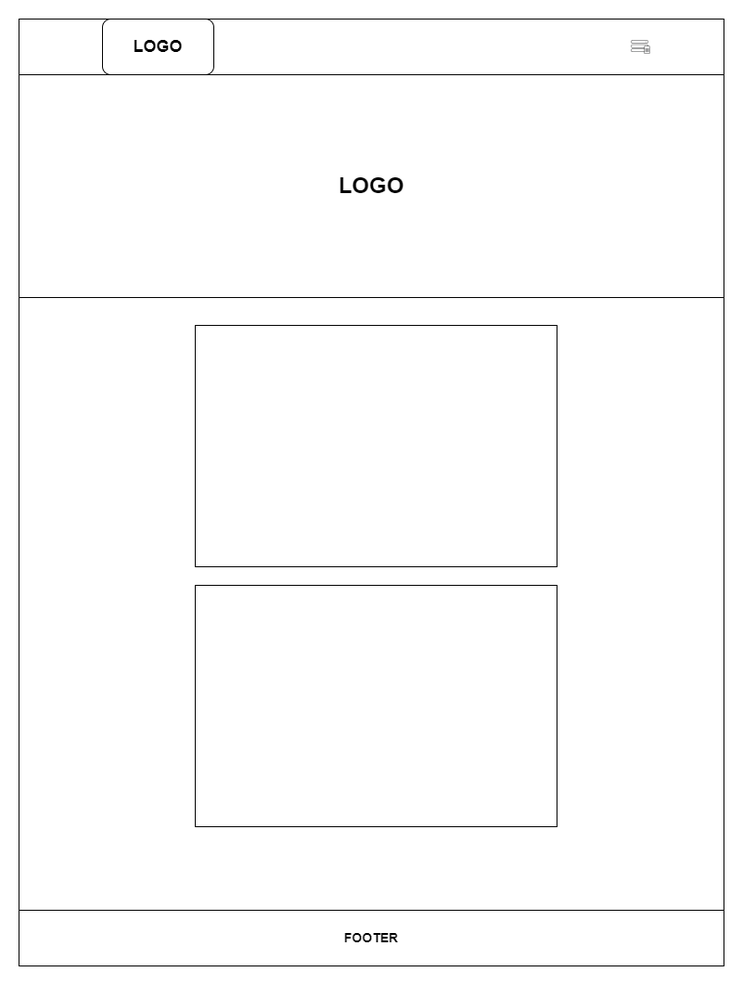
Above: img/Trang chu-Ipad.png in NguyenHocPH36330/Web106_HocNC (draw.io), before the change. Source tidied: cells renumbered, new cells last; positions are measured from the earlier drawing's top-left corner, leaving out a move shared by most shapes. The source it was exported from:
```xml
<mxGraphModel>
  <root>
    <mxCell id="0" />
    <mxCell id="1" parent="0" />
    <mxCell id="2" style="rounded=0;whiteSpace=wrap;html=1;" parent="1" vertex="1">
      <mxGeometry width="760" height="1020" as="geometry" />
    </mxCell>
    <mxCell id="3" style="rounded=0;whiteSpace=wrap;html=1;" parent="1" vertex="1">
      <mxGeometry width="760" height="60" as="geometry" />
    </mxCell>
    <mxCell id="4" value="&lt;h2&gt;LOGO&lt;/h2&gt;" style="rounded=1;whiteSpace=wrap;html=1;" parent="1" vertex="1">
      <mxGeometry x="90" width="120" height="60" as="geometry" />
    </mxCell>
    <mxCell id="5" style="sketch=0;shadow=0;dashed=0;html=1;strokeColor=none;fillColor=#434445;labelPosition=center;verticalLabelPosition=bottom;verticalAlign=top;align=center;shape=mxgraph.vvd.array_manager;" parent="1" vertex="1">
      <mxGeometry x="660" y="22.7" width="20" height="14.6" as="geometry" />
    </mxCell>
    <mxCell id="6" value="&lt;h1&gt;LOGO&lt;/h1&gt;" style="rounded=0;whiteSpace=wrap;html=1;" parent="1" vertex="1">
      <mxGeometry y="60" width="760" height="240" as="geometry" />
    </mxCell>
    <mxCell id="7" style="rounded=0;whiteSpace=wrap;html=1;" parent="1" vertex="1">
      <mxGeometry x="190" y="330" width="390" height="260" as="geometry" />
    </mxCell>
    <mxCell id="8" style="rounded=0;whiteSpace=wrap;html=1;" parent="1" vertex="1">
      <mxGeometry x="190" y="610" width="390" height="260" as="geometry" />
    </mxCell>
    <mxCell id="9" value="&lt;h3&gt;FOOTER&lt;/h3&gt;" style="rounded=0;whiteSpace=wrap;html=1;" parent="1" vertex="1">
      <mxGeometry y="960" width="760" height="60" as="geometry" />
    </mxCell>
  </root>
</mxGraphModel>
```
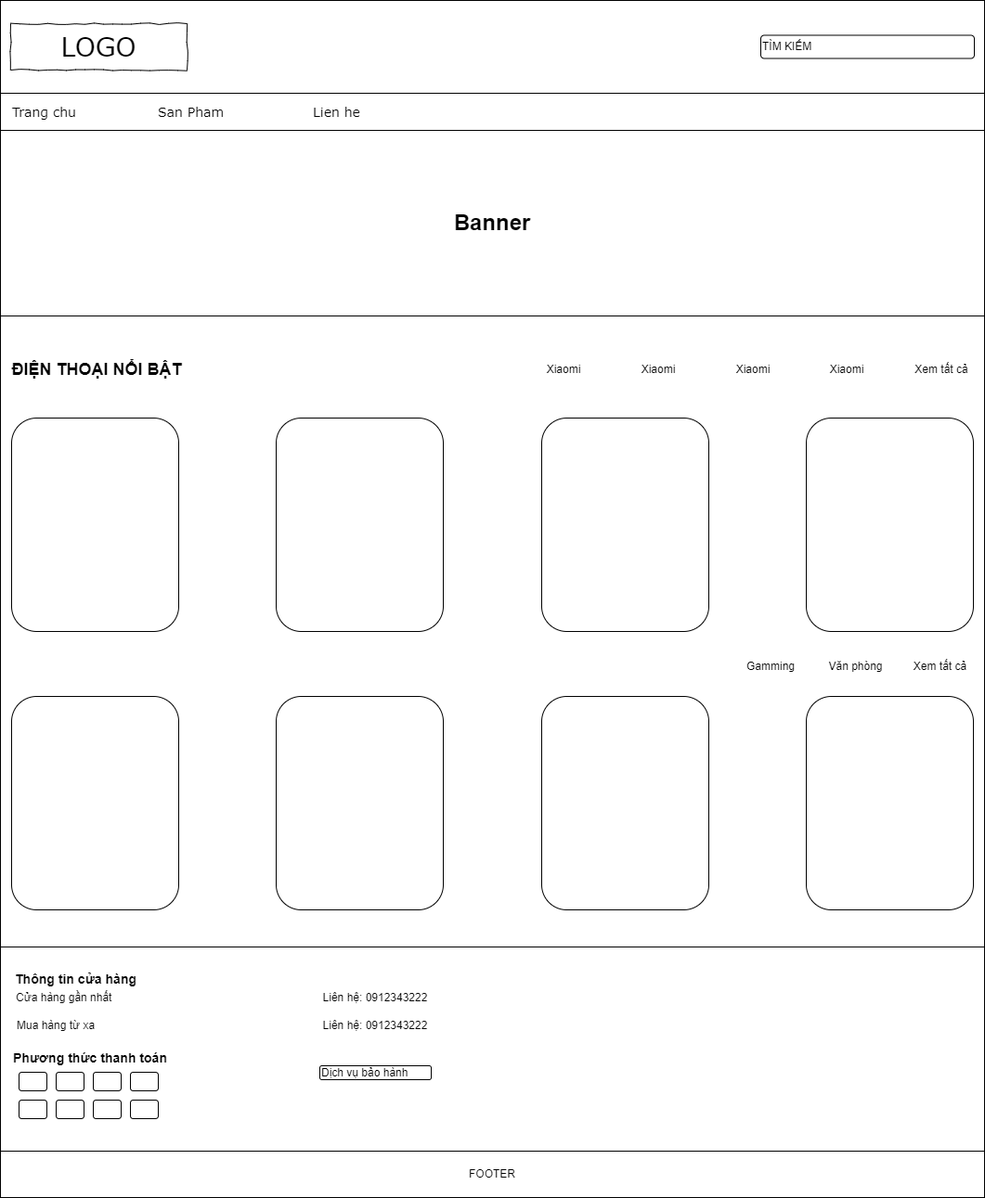
After the commit.

The edit, as a diff of the source:
```diff
@@ -2,29 +2,134 @@
   <root>
     <mxCell id="0" />
     <mxCell id="1" parent="0" />
-    <mxCell id="2" style="rounded=0;whiteSpace=wrap;html=1;" parent="1" vertex="1">
-      <mxGeometry width="760" height="1020" as="geometry" />
-    </mxCell>
-    <mxCell id="3" style="rounded=0;whiteSpace=wrap;html=1;" parent="1" vertex="1">
-      <mxGeometry width="760" height="60" as="geometry" />
-    </mxCell>
-    <mxCell id="4" value="&lt;h2&gt;LOGO&lt;/h2&gt;" style="rounded=1;whiteSpace=wrap;html=1;" parent="1" vertex="1">
-      <mxGeometry x="90" width="120" height="60" as="geometry" />
-    </mxCell>
-    <mxCell id="5" style="sketch=0;shadow=0;dashed=0;html=1;strokeColor=none;fillColor=#434445;labelPosition=center;verticalLabelPosition=bottom;verticalAlign=top;align=center;shape=mxgraph.vvd.array_manager;" parent="1" vertex="1">
-      <mxGeometry x="660" y="22.7" width="20" height="14.6" as="geometry" />
-    </mxCell>
-    <mxCell id="6" value="&lt;h1&gt;LOGO&lt;/h1&gt;" style="rounded=0;whiteSpace=wrap;html=1;" parent="1" vertex="1">
-      <mxGeometry y="60" width="760" height="240" as="geometry" />
-    </mxCell>
-    <mxCell id="7" style="rounded=0;whiteSpace=wrap;html=1;" parent="1" vertex="1">
-      <mxGeometry x="190" y="330" width="390" height="260" as="geometry" />
-    </mxCell>
-    <mxCell id="8" style="rounded=0;whiteSpace=wrap;html=1;" parent="1" vertex="1">
-      <mxGeometry x="190" y="610" width="390" height="260" as="geometry" />
-    </mxCell>
+    <mxCell id="10" style="rounded=0;whiteSpace=wrap;html=1;" parent="1" vertex="1">
+      <mxGeometry y="-280" width="1060" height="1140" as="geometry" />
+    </mxCell>
+    <mxCell id="11" style="rounded=0;whiteSpace=wrap;html=1;" parent="1" vertex="1">
+      <mxGeometry y="-280" width="1060" height="100" as="geometry" />
+    </mxCell>
+    <mxCell id="12" value="Trang chu" style="text;html=1;align=left;verticalAlign=top;spacingTop=-4;fontSize=14;fontFamily=Verdana;flipH=0;" parent="1" vertex="1">
+      <mxGeometry x="11" y="-170" width="75" height="20" as="geometry" />
+    </mxCell>
+    <mxCell id="13" value="San Pham" style="text;html=1;align=left;verticalAlign=top;spacingTop=-4;fontSize=14;fontFamily=Verdana;flipH=0;" parent="1" vertex="1">
+      <mxGeometry x="168" y="-170" width="75" height="20" as="geometry" />
+    </mxCell>
+    <mxCell id="14" value="Lien he" style="text;html=1;align=left;verticalAlign=top;spacingTop=-4;fontSize=14;fontFamily=Verdana;flipH=0;" parent="1" vertex="1">
+      <mxGeometry x="335" y="-170" width="75" height="20" as="geometry" />
+    </mxCell>
+    <mxCell id="15" value="LOGO" style="whiteSpace=wrap;html=1;rounded=0;shadow=0;labelBackgroundColor=none;strokeWidth=1;fontFamily=Verdana;fontSize=28;align=center;comic=1;" parent="1" vertex="1">
+      <mxGeometry x="11" y="-255" width="190" height="50" as="geometry" />
+    </mxCell>
+    <mxCell id="16" value="&lt;h1&gt;Banner&lt;/h1&gt;" style="rounded=0;whiteSpace=wrap;html=1;" parent="1" vertex="1">
+      <mxGeometry y="-140" width="1060" height="200" as="geometry" />
+    </mxCell>
+    <mxCell id="17" value="&lt;h2&gt;&lt;br&gt;&lt;/h2&gt;" style="rounded=0;whiteSpace=wrap;html=1;align=left;" parent="1" vertex="1">
+      <mxGeometry y="740" width="1060" height="270" as="geometry" />
+    </mxCell>
+    <mxCell id="18" style="group;" parent="1" vertex="1">
+      <mxGeometry x="50" y="170" width="880" height="230" as="geometry" />
+    </mxCell>
+    <mxCell id="19" style="rounded=1;whiteSpace=wrap;html=1;flipH=0;flipV=0;" parent="18" vertex="1">
+      <mxGeometry x="-38" width="180" height="230" as="geometry" />
+    </mxCell>
+    <mxCell id="20" style="rounded=1;whiteSpace=wrap;html=1;flipH=0;flipV=0;" parent="18" vertex="1">
+      <mxGeometry x="533" width="180" height="230" as="geometry" />
+    </mxCell>
+    <mxCell id="21" value="&lt;h2&gt;ĐIỆN THOẠI NỔI BẬT&lt;/h2&gt;" style="text;html=1;strokeColor=none;fillColor=none;align=center;verticalAlign=middle;whiteSpace=wrap;rounded=0;" parent="1" vertex="1">
+      <mxGeometry x="4" y="90" width="200" height="55" as="geometry" />
+    </mxCell>
+    <mxCell id="22" value="TÌM KIẾM" style="rounded=1;whiteSpace=wrap;html=1;align=left;" parent="1" vertex="1">
+      <mxGeometry x="819" y="-242.5" width="230" height="25" as="geometry" />
+    </mxCell>
+    <mxCell id="23" value="&lt;h3&gt;Thông tin cửa hàng&lt;/h3&gt;" style="text;html=1;strokeColor=none;fillColor=none;align=left;verticalAlign=middle;whiteSpace=wrap;rounded=0;" parent="1" vertex="1">
+      <mxGeometry x="14" y="760" width="140" height="30" as="geometry" />
+    </mxCell>
+    <mxCell id="24" value="&lt;h3&gt;Phương thức thanh toán&lt;/h3&gt;" style="text;html=1;strokeColor=none;fillColor=none;align=center;verticalAlign=middle;whiteSpace=wrap;rounded=0;" parent="1" vertex="1">
+      <mxGeometry x="12" y="845" width="170" height="30" as="geometry" />
+    </mxCell>
+    <mxCell id="25" style="rounded=1;whiteSpace=wrap;html=1;" parent="1" vertex="1">
+      <mxGeometry x="20" y="875" width="30" height="20" as="geometry" />
+    </mxCell>
+    <mxCell id="26" style="rounded=1;whiteSpace=wrap;html=1;" parent="1" vertex="1">
+      <mxGeometry x="60" y="875" width="30" height="20" as="geometry" />
+    </mxCell>
+    <mxCell id="27" style="rounded=1;whiteSpace=wrap;html=1;" parent="1" vertex="1">
+      <mxGeometry x="100" y="875" width="30" height="20" as="geometry" />
+    </mxCell>
+    <mxCell id="28" style="rounded=1;whiteSpace=wrap;html=1;" parent="1" vertex="1">
+      <mxGeometry x="140" y="875" width="30" height="20" as="geometry" />
+    </mxCell>
+    <mxCell id="29" style="rounded=1;whiteSpace=wrap;html=1;" parent="1" vertex="1">
+      <mxGeometry x="20" y="905" width="30" height="20" as="geometry" />
+    </mxCell>
+    <mxCell id="30" style="rounded=1;whiteSpace=wrap;html=1;" parent="1" vertex="1">
+      <mxGeometry x="60" y="905" width="30" height="20" as="geometry" />
+    </mxCell>
+    <mxCell id="31" style="rounded=1;whiteSpace=wrap;html=1;" parent="1" vertex="1">
+      <mxGeometry x="100" y="905" width="30" height="20" as="geometry" />
+    </mxCell>
+    <mxCell id="32" style="rounded=1;whiteSpace=wrap;html=1;" parent="1" vertex="1">
+      <mxGeometry x="140" y="905" width="30" height="20" as="geometry" />
+    </mxCell>
-    <mxCell id="9" value="&lt;h3&gt;FOOTER&lt;/h3&gt;" style="rounded=0;whiteSpace=wrap;html=1;" parent="1" vertex="1">
-      <mxGeometry y="960" width="760" height="60" as="geometry" />
+    <mxCell id="9" value="FOOTER" style="rounded=0;whiteSpace=wrap;html=1;" parent="1" vertex="1">
+      <mxGeometry y="960" width="1060" height="50" as="geometry" />
     </mxCell>
+    <mxCell id="33" style="rounded=1;whiteSpace=wrap;html=1;flipH=0;flipV=0;" parent="1" vertex="1">
+      <mxGeometry x="868" y="170" width="180" height="230" as="geometry" />
+    </mxCell>
+    <mxCell id="34" style="rounded=1;whiteSpace=wrap;html=1;flipH=0;flipV=0;" parent="1" vertex="1">
+      <mxGeometry x="297" y="170" width="180" height="230" as="geometry" />
+    </mxCell>
+    <mxCell id="35" style="rounded=1;whiteSpace=wrap;html=1;flipH=0;flipV=0;" parent="1" vertex="1">
+      <mxGeometry x="12" y="470" width="180" height="230" as="geometry" />
+    </mxCell>
+    <mxCell id="36" style="rounded=1;whiteSpace=wrap;html=1;flipH=0;flipV=0;" parent="1" vertex="1">
+      <mxGeometry x="583" y="470" width="180" height="230" as="geometry" />
+    </mxCell>
+    <mxCell id="37" style="rounded=1;whiteSpace=wrap;html=1;flipH=0;flipV=0;" parent="1" vertex="1">
+      <mxGeometry x="868" y="470" width="180" height="230" as="geometry" />
+    </mxCell>
+    <mxCell id="38" style="rounded=1;whiteSpace=wrap;html=1;flipH=0;flipV=0;" parent="1" vertex="1">
+      <mxGeometry x="297" y="470" width="180" height="230" as="geometry" />
+    </mxCell>
+    <mxCell id="39" value="Xiaomi" style="text;html=1;strokeColor=none;fillColor=none;align=center;verticalAlign=middle;whiteSpace=wrap;rounded=0;flipH=1;" parent="1" vertex="1">
+      <mxGeometry x="577" y="103" width="60" height="30" as="geometry" />
+    </mxCell>
+    <mxCell id="40" value="Xiaomi" style="text;html=1;strokeColor=none;fillColor=none;align=center;verticalAlign=middle;whiteSpace=wrap;rounded=0;flipH=1;" parent="1" vertex="1">
+      <mxGeometry x="679" y="103" width="60" height="30" as="geometry" />
+    </mxCell>
+    <mxCell id="41" value="Xiaomi" style="text;html=1;strokeColor=none;fillColor=none;align=center;verticalAlign=middle;whiteSpace=wrap;rounded=0;flipH=1;" parent="1" vertex="1">
+      <mxGeometry x="781" y="102.5" width="60" height="30" as="geometry" />
+    </mxCell>
+    <mxCell id="42" value="Xiaomi" style="text;html=1;strokeColor=none;fillColor=none;align=center;verticalAlign=middle;whiteSpace=wrap;rounded=0;flipH=1;" parent="1" vertex="1">
+      <mxGeometry x="882" y="103" width="60" height="30" as="geometry" />
+    </mxCell>
+    <mxCell id="43" value="Xem tất cả" style="text;html=1;strokeColor=none;fillColor=none;align=center;verticalAlign=middle;whiteSpace=wrap;rounded=0;flipH=1;" parent="1" vertex="1">
+      <mxGeometry x="984" y="103" width="60" height="30" as="geometry" />
+    </mxCell>
+    <mxCell id="44" value="Cửa hàng gần nhất" style="text;html=1;strokeColor=none;fillColor=none;align=left;verticalAlign=middle;whiteSpace=wrap;rounded=0;" parent="1" vertex="1">
+      <mxGeometry x="15" y="780" width="138" height="30" as="geometry" />
+    </mxCell>
+    <mxCell id="45" value="Mua hàng từ xa" style="text;html=1;strokeColor=none;fillColor=none;align=left;verticalAlign=middle;whiteSpace=wrap;rounded=0;" parent="1" vertex="1">
+      <mxGeometry x="16" y="810" width="138" height="30" as="geometry" />
+    </mxCell>
+    <mxCell id="46" value="Gamming" style="text;html=1;strokeColor=none;fillColor=none;align=center;verticalAlign=middle;whiteSpace=wrap;rounded=0;flipH=0;" parent="1" vertex="1">
+      <mxGeometry x="800" y="422.5" width="60" height="30" as="geometry" />
+    </mxCell>
+    <mxCell id="47" value="Văn phòng" style="text;html=1;strokeColor=none;fillColor=none;align=center;verticalAlign=middle;whiteSpace=wrap;rounded=0;flipH=0;" parent="1" vertex="1">
+      <mxGeometry x="883" y="422.5" width="77" height="30" as="geometry" />
+    </mxCell>
+    <mxCell id="48" value="Xem tất cả" style="text;html=1;strokeColor=none;fillColor=none;align=center;verticalAlign=middle;whiteSpace=wrap;rounded=0;flipH=0;" parent="1" vertex="1">
+      <mxGeometry x="974" y="422.5" width="77" height="30" as="geometry" />
+    </mxCell>
+    <mxCell id="49" value="Liên hệ: 0912343222" style="text;html=1;strokeColor=none;fillColor=none;align=center;verticalAlign=middle;whiteSpace=wrap;rounded=0;" parent="1" vertex="1">
+      <mxGeometry x="338" y="780" width="132" height="30" as="geometry" />
+    </mxCell>
+    <mxCell id="50" value="Liên hệ: 0912343222" style="text;html=1;strokeColor=none;fillColor=none;align=center;verticalAlign=middle;whiteSpace=wrap;rounded=0;" parent="1" vertex="1">
+      <mxGeometry x="338" y="810" width="132" height="30" as="geometry" />
+    </mxCell>
+    <mxCell id="51" value="Dịch vụ bảo hành" style="rounded=1;whiteSpace=wrap;html=1;align=left;" parent="1" vertex="1">
+      <mxGeometry x="344" y="868" width="120" height="15" as="geometry" />
+    </mxCell>
   </root>
 </mxGraphModel>
```
